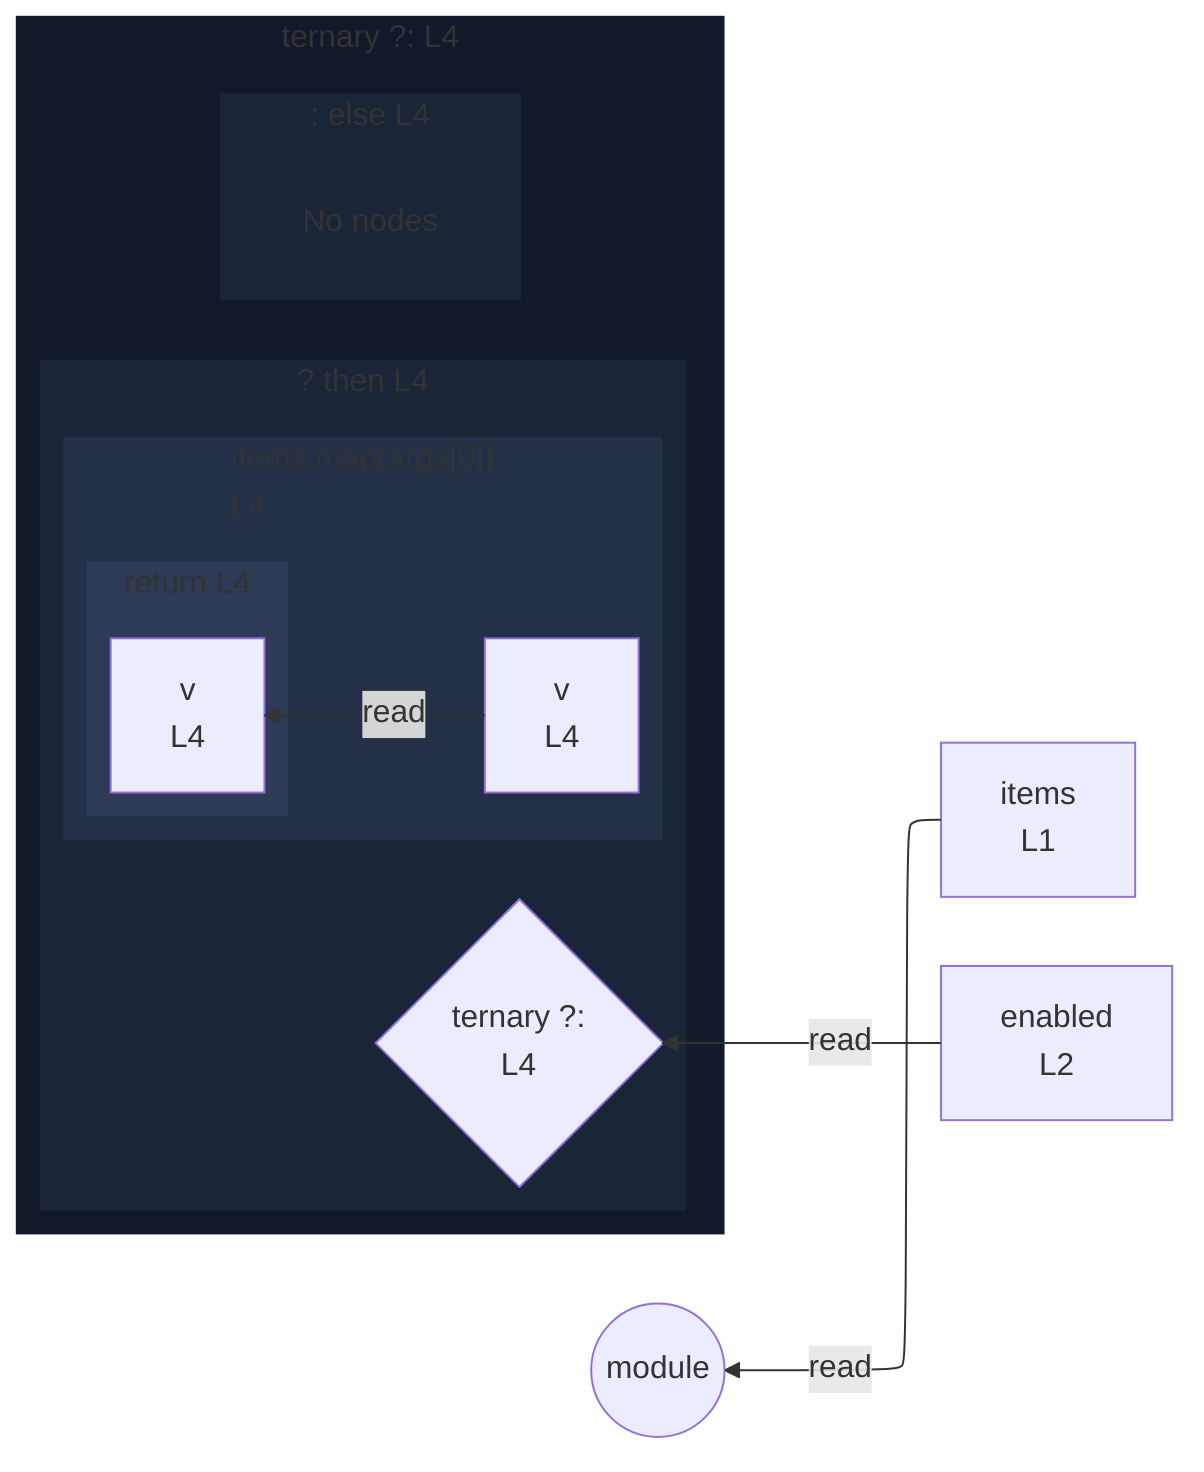
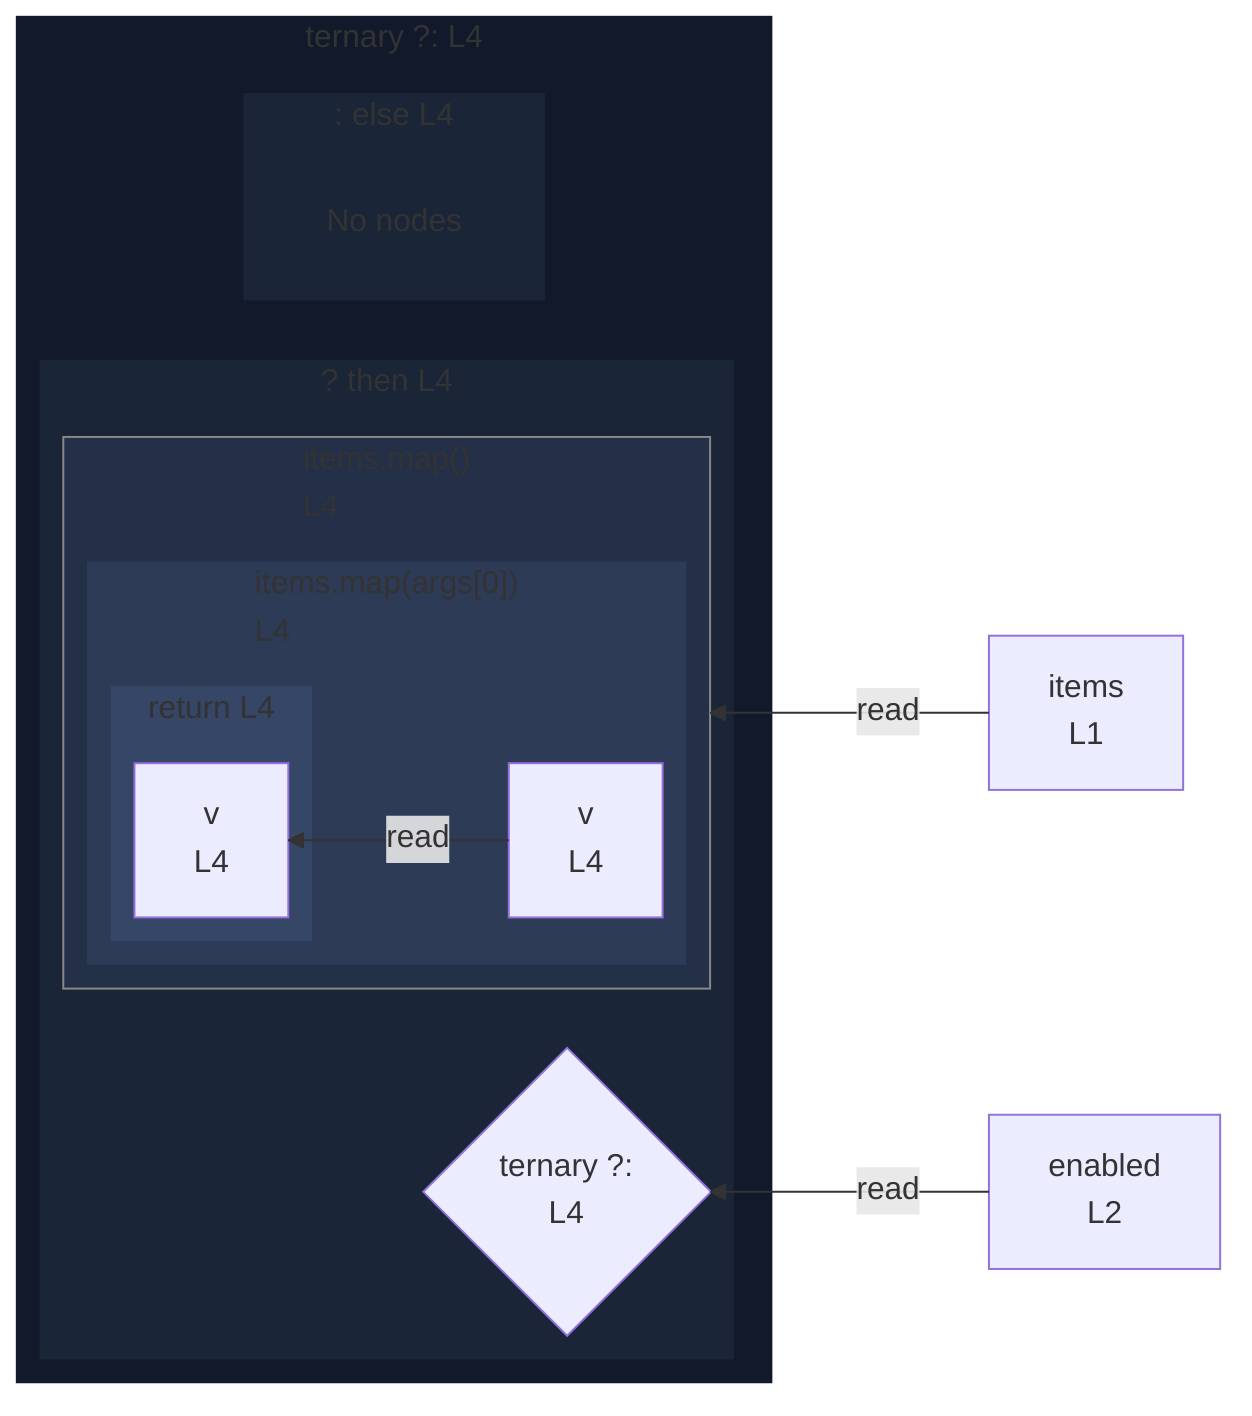
%%{init: {"flowchart": {"defaultRenderer": "elk"}}}%%
flowchart RL
  n_scope_0_items_6["items<br/>L1"]
  n_scope_0_enabled_31["enabled<br/>L2"]
  subgraph cont_ternary_scope_0_48["ternary ?: L4"]
    direction RL
    subgraph s_scope_1["? then L4"]
      direction RL
      ternary_test_scope_0_48{"ternary ?:<br/>L4"}
-       subgraph s_scope_2["items.map(args[0])<br/>L4"]
+       subgraph expr_stmt_48["items.map()<br/>L4"]
        direction RL
-         n_scope_2_v_69["v<br/>L4"]
-         subgraph s_return_scope_2_75_80["return L4"]
+         subgraph s_scope_2["items.map(args[0])<br/>L4"]
          direction RL
-           ret_use_ref_4["v<br/>L4"]
+           n_scope_2_v_69["v<br/>L4"]
+           subgraph s_return_scope_2_75_80["return L4"]
+             direction RL
+             ret_use_ref_4["v<br/>L4"]
+           end
        end
      end
    end
    subgraph s_scope_3[": else L4"]
      direction RL
      elk_empty_s_scope_3["No nodes"]
    end
  end
  n_scope_0_enabled_31 -->|read| ternary_test_scope_0_48
-   n_scope_0_items_6 -->|read| module_root
+   n_scope_0_items_6 -->|read| expr_stmt_48
  n_scope_2_v_69 -->|read| ret_use_ref_4
-   module_root((module))
  classDef nestL1 fill:#11192a,stroke:transparent;
  class cont_ternary_scope_0_48 nestL1;
  classDef nestL2 fill:#1a2538,stroke:transparent;
  class s_scope_1 nestL2;
  class s_scope_3 nestL2;
  classDef nestL3 fill:#243047,stroke:transparent;
-   class s_scope_2 nestL3;
+   class expr_stmt_48 nestL3;
  classDef nestL4 fill:#2d3b57,stroke:transparent;
-   class s_return_scope_2_75_80 nestL4;
+   class s_scope_2 nestL4;
+   classDef nestL5 fill:#364666,stroke:transparent;
+   class s_return_scope_2_75_80 nestL5;
+   classDef edgeTargetSubgraph stroke:#888;
+   class expr_stmt_48 edgeTargetSubgraph;
  classDef elkEmptyPlaceholder fill:transparent,stroke:transparent;
  class elk_empty_s_scope_3 elkEmptyPlaceholder;
